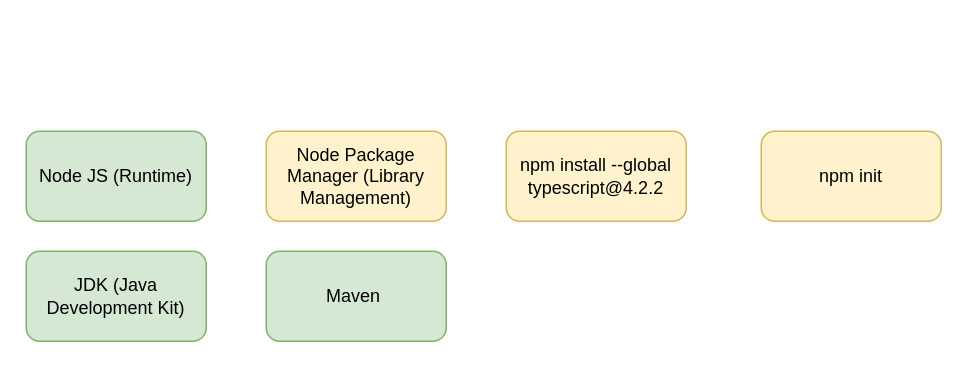
Above: 2 Web/4 TYPESCRIPT/guides/typescript.drawio in illydali/TrainingGIT0704 (draw.io), before the change. Source tidied: cells renumbered, new cells numbered last; positions are measured from the earlier drawing's top-left corner, leaving out a move shared by most shapes. Both pictures are drawn from the tidied source at 150%, with x=0, y=0 at pixel (26, 130).
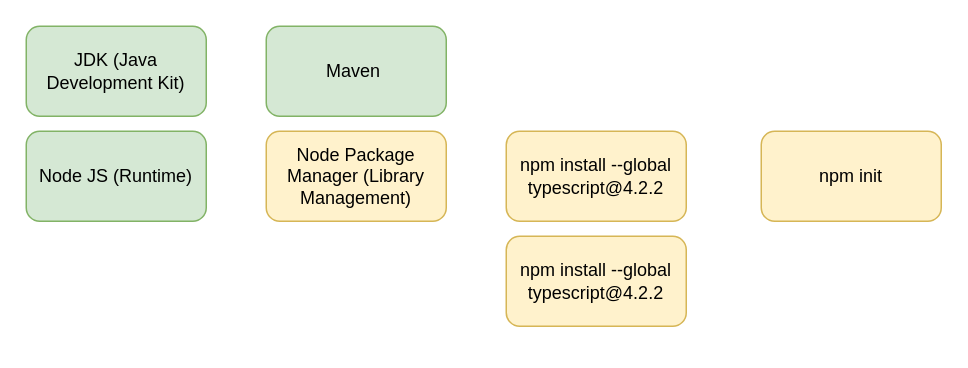
The same diagram, later.

What changed in the source:
```diff
@@
 <mxGraphModel>
   <root>
     <mxCell id="0" />
     <mxCell id="1" parent="0" />
     <mxCell id="2" value="Node JS (Runtime)" style="rounded=1;whiteSpace=wrap;html=1;fillColor=#d5e8d4;strokeColor=#82b366;" parent="1" vertex="1">
       <mxGeometry width="120" height="60" as="geometry" />
     </mxCell>
     <mxCell id="3" value="JDK (Java Development Kit)" style="rounded=1;whiteSpace=wrap;html=1;fillColor=#d5e8d4;strokeColor=#82b366;" parent="1" vertex="1">
-      <mxGeometry y="80" width="120" height="60" as="geometry" />
+      <mxGeometry y="-70" width="120" height="60" as="geometry" />
     </mxCell>
     <mxCell id="4" value="Maven&amp;nbsp;" style="rounded=1;whiteSpace=wrap;html=1;fillColor=#d5e8d4;strokeColor=#82b366;" parent="1" vertex="1">
-      <mxGeometry x="160" y="80" width="120" height="60" as="geometry" />
+      <mxGeometry x="160" y="-70" width="120" height="60" as="geometry" />
     </mxCell>
     <mxCell id="5" value="Node Package Manager (Library Management)" style="rounded=1;whiteSpace=wrap;html=1;fillColor=#fff2cc;strokeColor=#d6b656;" parent="1" vertex="1">
       <mxGeometry x="160" width="120" height="60" as="geometry" />
     </mxCell>
     <mxCell id="6" value="npm install --global typescript@4.2.2" style="rounded=1;whiteSpace=wrap;html=1;fillColor=#fff2cc;strokeColor=#d6b656;" parent="1" vertex="1">
       <mxGeometry x="320" width="120" height="60" as="geometry" />
     </mxCell>
     <mxCell id="7" value="npm init" style="rounded=1;whiteSpace=wrap;html=1;fillColor=#fff2cc;strokeColor=#d6b656;" parent="1" vertex="1">
       <mxGeometry x="490" width="120" height="60" as="geometry" />
     </mxCell>
+    <mxCell id="8" value="npm install --global typescript@4.2.2" style="rounded=1;whiteSpace=wrap;html=1;fillColor=#fff2cc;strokeColor=#d6b656;" parent="1" vertex="1">
+      <mxGeometry x="320" y="70" width="120" height="60" as="geometry" />
+    </mxCell>
   </root>
 </mxGraphModel>
```
